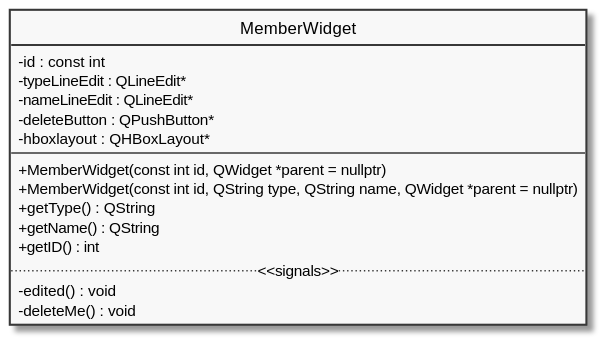
pecku/szakdoga keeps this PlantUML diagram as diagram/docs/MemberWidget.svg. Above is the earlier version.
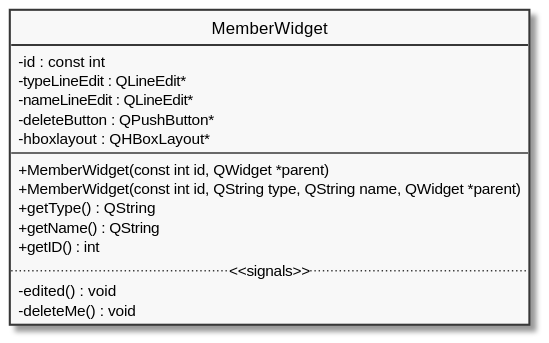
After the change.

Change to the diagram source:
```diff
@@ -13,8 +13,8 @@
     - deleteButton : QPushButton*
     - hboxlayout : QHBoxLayout*
 --
-    + MemberWidget(const int id, QWidget *parent = nullptr)
-    + MemberWidget(const int id, QString type, QString name, QWidget *parent = nullptr)
+    + MemberWidget(const int id, QWidget *parent)
+    + MemberWidget(const int id, QString type, QString name, QWidget *parent)
     + getType() : QString
     + getName() : QString
     + getID() : int
```
